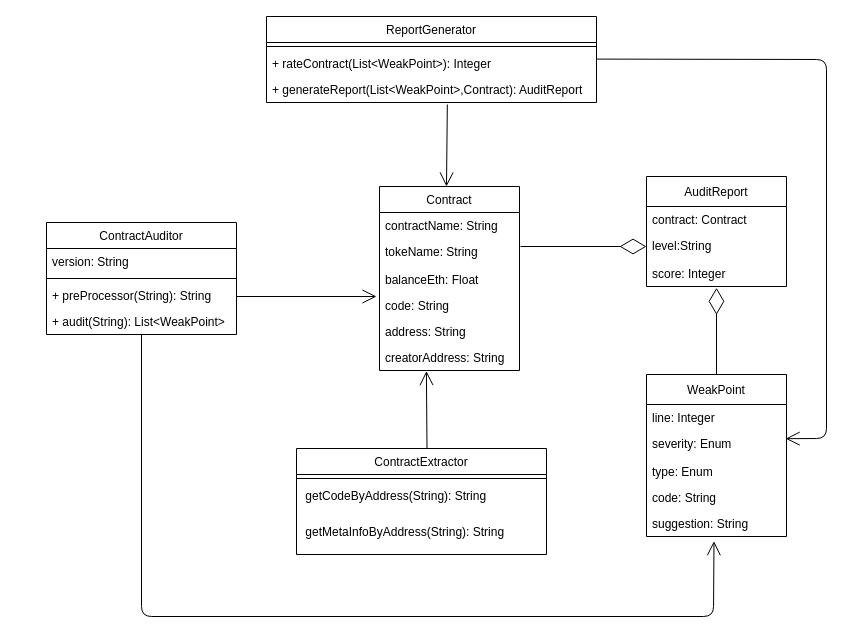
Before: contract_audit_class.drawio in wang2gua/test, a draw.io diagram. Source tidied: cells renumbered, new cells numbered last; positions are measured from the earlier drawing's top-left corner, leaving out a move shared by most shapes. Both pictures are drawn from the tidied source at 100%, with x=0, y=0 at pixel (46, 16).
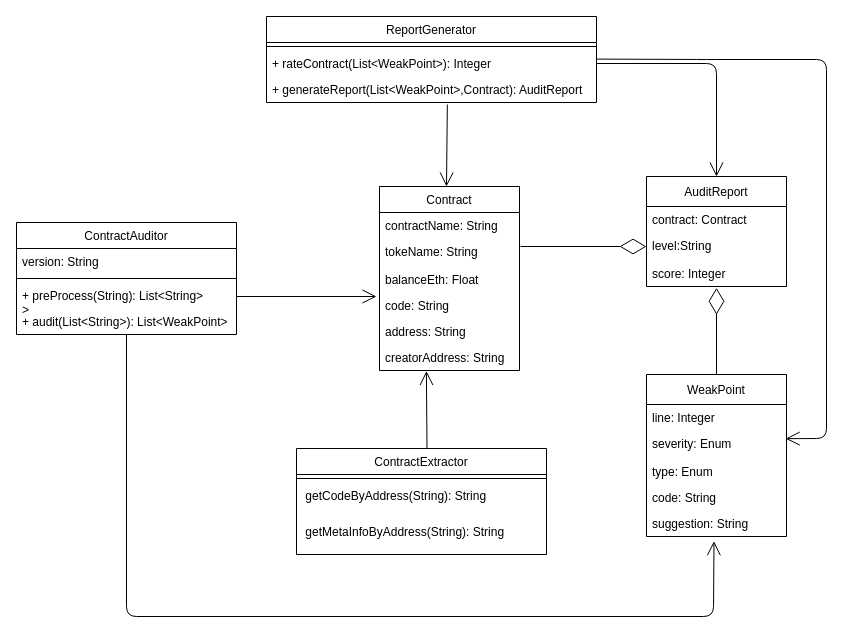
The same page after the edit.

Unchanged cells that the change refers to:
```xml
<mxCell id="9" value="AuditReport" style="swimlane;fontStyle=0;horizontal=1;startSize=30;fillColor=none;" parent="1" vertex="1">
  <mxGeometry x="600" y="160" width="140" height="110" as="geometry" />
</mxCell>
<mxCell id="15" value="+ rateContract(List&lt;WeakPoint&gt;): Integer" style="text;strokeColor=none;fillColor=none;align=left;verticalAlign=top;spacingLeft=4;spacingRight=4;overflow=hidden;points=[[0,0.5],[1,0.5]];portConstraint=eastwest;" parent="13" vertex="1">
  <mxGeometry y="34" width="330" height="26" as="geometry" />
</mxCell>
<mxCell id="28" value="severity: Enum" style="text;strokeColor=none;fillColor=none;align=left;verticalAlign=top;spacingLeft=4;spacingRight=4;overflow=hidden;points=[[0,0.5],[1,0.5]];portConstraint=eastwest;" parent="26" vertex="1">
  <mxGeometry y="56" width="140" height="28" as="geometry" />
</mxCell>
<mxCell id="31" value="suggestion: String" style="text;strokeColor=none;fillColor=none;align=left;verticalAlign=top;spacingLeft=4;spacingRight=4;overflow=hidden;points=[[0,0.5],[1,0.5]];portConstraint=eastwest;" parent="26" vertex="1">
  <mxGeometry y="136" width="140" height="26" as="geometry" />
</mxCell>
```

What changed in the source:
```diff
@@
     <mxCell id="21" value="ContractAuditor" style="swimlane;fontStyle=0;align=center;verticalAlign=top;horizontal=1;startSize=26;" parent="1" vertex="1">
-      <mxGeometry y="206" width="190" height="112" as="geometry" />
+      <mxGeometry x="-30" y="206" width="220" height="112" as="geometry" />
     </mxCell>
     <mxCell id="22" value="version: String" style="text;strokeColor=none;fillColor=none;align=left;verticalAlign=top;spacingLeft=4;spacingRight=4;overflow=hidden;" parent="21" vertex="1">
-      <mxGeometry y="26" width="190" height="26" as="geometry" />
+      <mxGeometry y="26" width="220" height="26" as="geometry" />
     </mxCell>
     <mxCell id="23" style="line;strokeWidth=1;fillColor=none;align=left;verticalAlign=middle;spacingTop=-1;spacingLeft=3;spacingRight=3;labelPosition=right;" parent="21" vertex="1">
-      <mxGeometry y="52" width="190" height="8" as="geometry" />
+      <mxGeometry y="52" width="220" height="8" as="geometry" />
     </mxCell>
-    <mxCell id="24" value="+ preProcessor(String): String" style="text;strokeColor=none;fillColor=none;align=left;verticalAlign=top;spacingLeft=4;spacingRight=4;overflow=hidden;" parent="21" vertex="1">
-      <mxGeometry y="60" width="190" height="26" as="geometry" />
+    <mxCell id="24" value="+ preProcess(String): List&lt;String&gt;&#10;&gt;" style="text;strokeColor=none;fillColor=none;align=left;verticalAlign=top;spacingLeft=4;spacingRight=4;overflow=hidden;" parent="21" vertex="1">
+      <mxGeometry y="60" width="220" height="26" as="geometry" />
     </mxCell>
-    <mxCell id="25" value="+ audit(String): List&lt;WeakPoint&gt;" style="text;strokeColor=none;fillColor=none;align=left;verticalAlign=top;spacingLeft=4;spacingRight=4;overflow=hidden;" parent="21" vertex="1">
-      <mxGeometry y="86" width="190" height="26" as="geometry" />
+    <mxCell id="25" value="+ audit(List&lt;String&gt;): List&lt;WeakPoint&gt;" style="text;strokeColor=none;fillColor=none;align=left;verticalAlign=top;spacingLeft=4;spacingRight=4;overflow=hidden;" parent="21" vertex="1">
+      <mxGeometry y="86" width="220" height="26" as="geometry" />
     </mxCell>
@@
     <mxCell id="34" style="endArrow=open;endFill=1;endSize=12;html=1;exitX=0.5;exitY=1;exitDx=0;exitDy=0;entryX=0.482;entryY=1.179;entryDx=0;entryDy=0;entryPerimeter=0;" parent="1" edge="1" source="21" target="31">
       <mxGeometry relative="1" as="geometry">
         <Array as="points">
-          <mxPoint x="95" y="600" />
+          <mxPoint x="80" y="600" />
           <mxPoint x="667" y="600" />
         </Array>
       </mxGeometry>
     </mxCell>
@@
     <mxCell id="38" style="endArrow=open;endFill=1;endSize=12;html=1;entryX=0.994;entryY=0.292;entryDx=0;entryDy=0;entryPerimeter=0;" parent="1" edge="1" target="28">
       <mxGeometry relative="1" as="geometry">
         <mxPoint x="550" y="42.6" as="sourcePoint" />
         <Array as="points">
+          <mxPoint x="660" y="43" />
           <mxPoint x="780" y="43" />
           <mxPoint x="780" y="422" />
         </Array>
       </mxGeometry>
     </mxCell>
+    <mxCell id="39" style="endArrow=open;endFill=1;endSize=12;html=1;exitX=1;exitY=0.5;exitDx=0;exitDy=0;entryX=0.5;entryY=0;entryDx=0;entryDy=0;" parent="1" edge="1" source="15" target="9">
+      <mxGeometry relative="1" as="geometry">
+        <Array as="points">
+          <mxPoint x="670" y="47" />
+        </Array>
+      </mxGeometry>
+    </mxCell>
```
